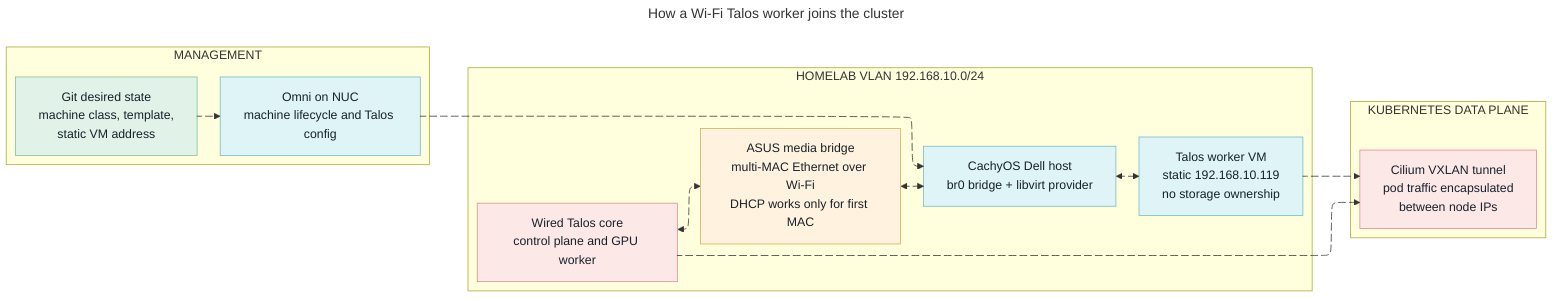
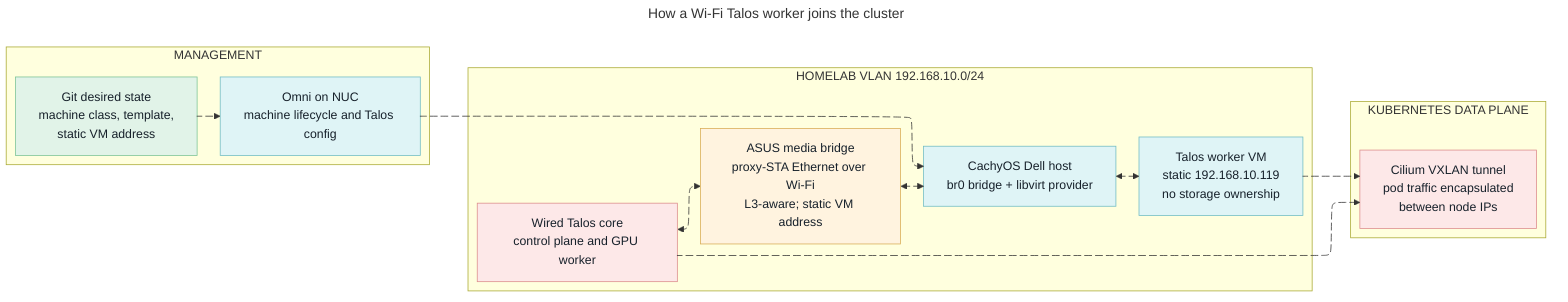
---
title: How a Wi-Fi Talos worker joins the cluster
config:
  layout: elk
---
flowchart LR
  accTitle: Bridged Wi-Fi Talos worker architecture
  accDescr: Omni on the management NUC asks the provider on the Wi-Fi CachyOS host to create a Talos virtual machine. An ASUS media bridge presents Ethernet over Wi-Fi, the host and VM sit directly on the HomeLab VLAN, and Cilium tunnels cross-node pod traffic between node addresses.

  subgraph MANAGEMENT["MANAGEMENT"]
    direction TB
    GIT["`Git desired state
    machine class, template,
    static VM address`"]
    OMNI["`Omni on NUC
    machine lifecycle and Talos config`"]
    GIT desired@--> OMNI
  end

  subgraph LAN["HOMELAB VLAN 192.168.10.0/24"]
    direction LR
    CORE["`Wired Talos core
    control plane and GPU worker`"]
    MB["`ASUS media bridge
-     multi-MAC Ethernet over Wi-Fi
-     DHCP works only for first MAC`"]
+     proxy-STA Ethernet over Wi-Fi
+     L3-aware; static VM address`"]
    DELL["`CachyOS Dell host
    br0 bridge + libvirt provider`"]
    VM["`Talos worker VM
    static 192.168.10.119
    no storage ownership`"]
    CORE coreToMb@<--> MB
    MB mbToDell@<--> DELL
    DELL dellToVm@<--> VM
  end

  subgraph PODS["KUBERNETES DATA PLANE"]
    direction TB
    ROUTES["`Cilium VXLAN tunnel
    pod traffic encapsulated
    between node IPs`"]
  end

  OMNI request@--> DELL
  CORE ownsExisting@--> ROUTES
  VM ownsDell@--> ROUTES

  classDef action fill:#fde8e8,stroke:#dc8c8c,color:#17212b
  classDef desired fill:#e1f3e8,stroke:#7bc397,color:#17212b
  classDef controller fill:#dff4f6,stroke:#70bcc4,color:#17212b
  classDef external fill:#fff3df,stroke:#d8ad55,color:#17212b
  class GIT desired
  class OMNI,DELL,VM controller
  class MB external
  class CORE,ROUTES action

  desired@{ animation: slow }
  request@{ animation: fast }
  coreToMb@{ animation: fast }
  mbToDell@{ animation: fast }
  dellToVm@{ animation: fast }
  ownsExisting@{ animation: slow }
  ownsDell@{ animation: slow }
